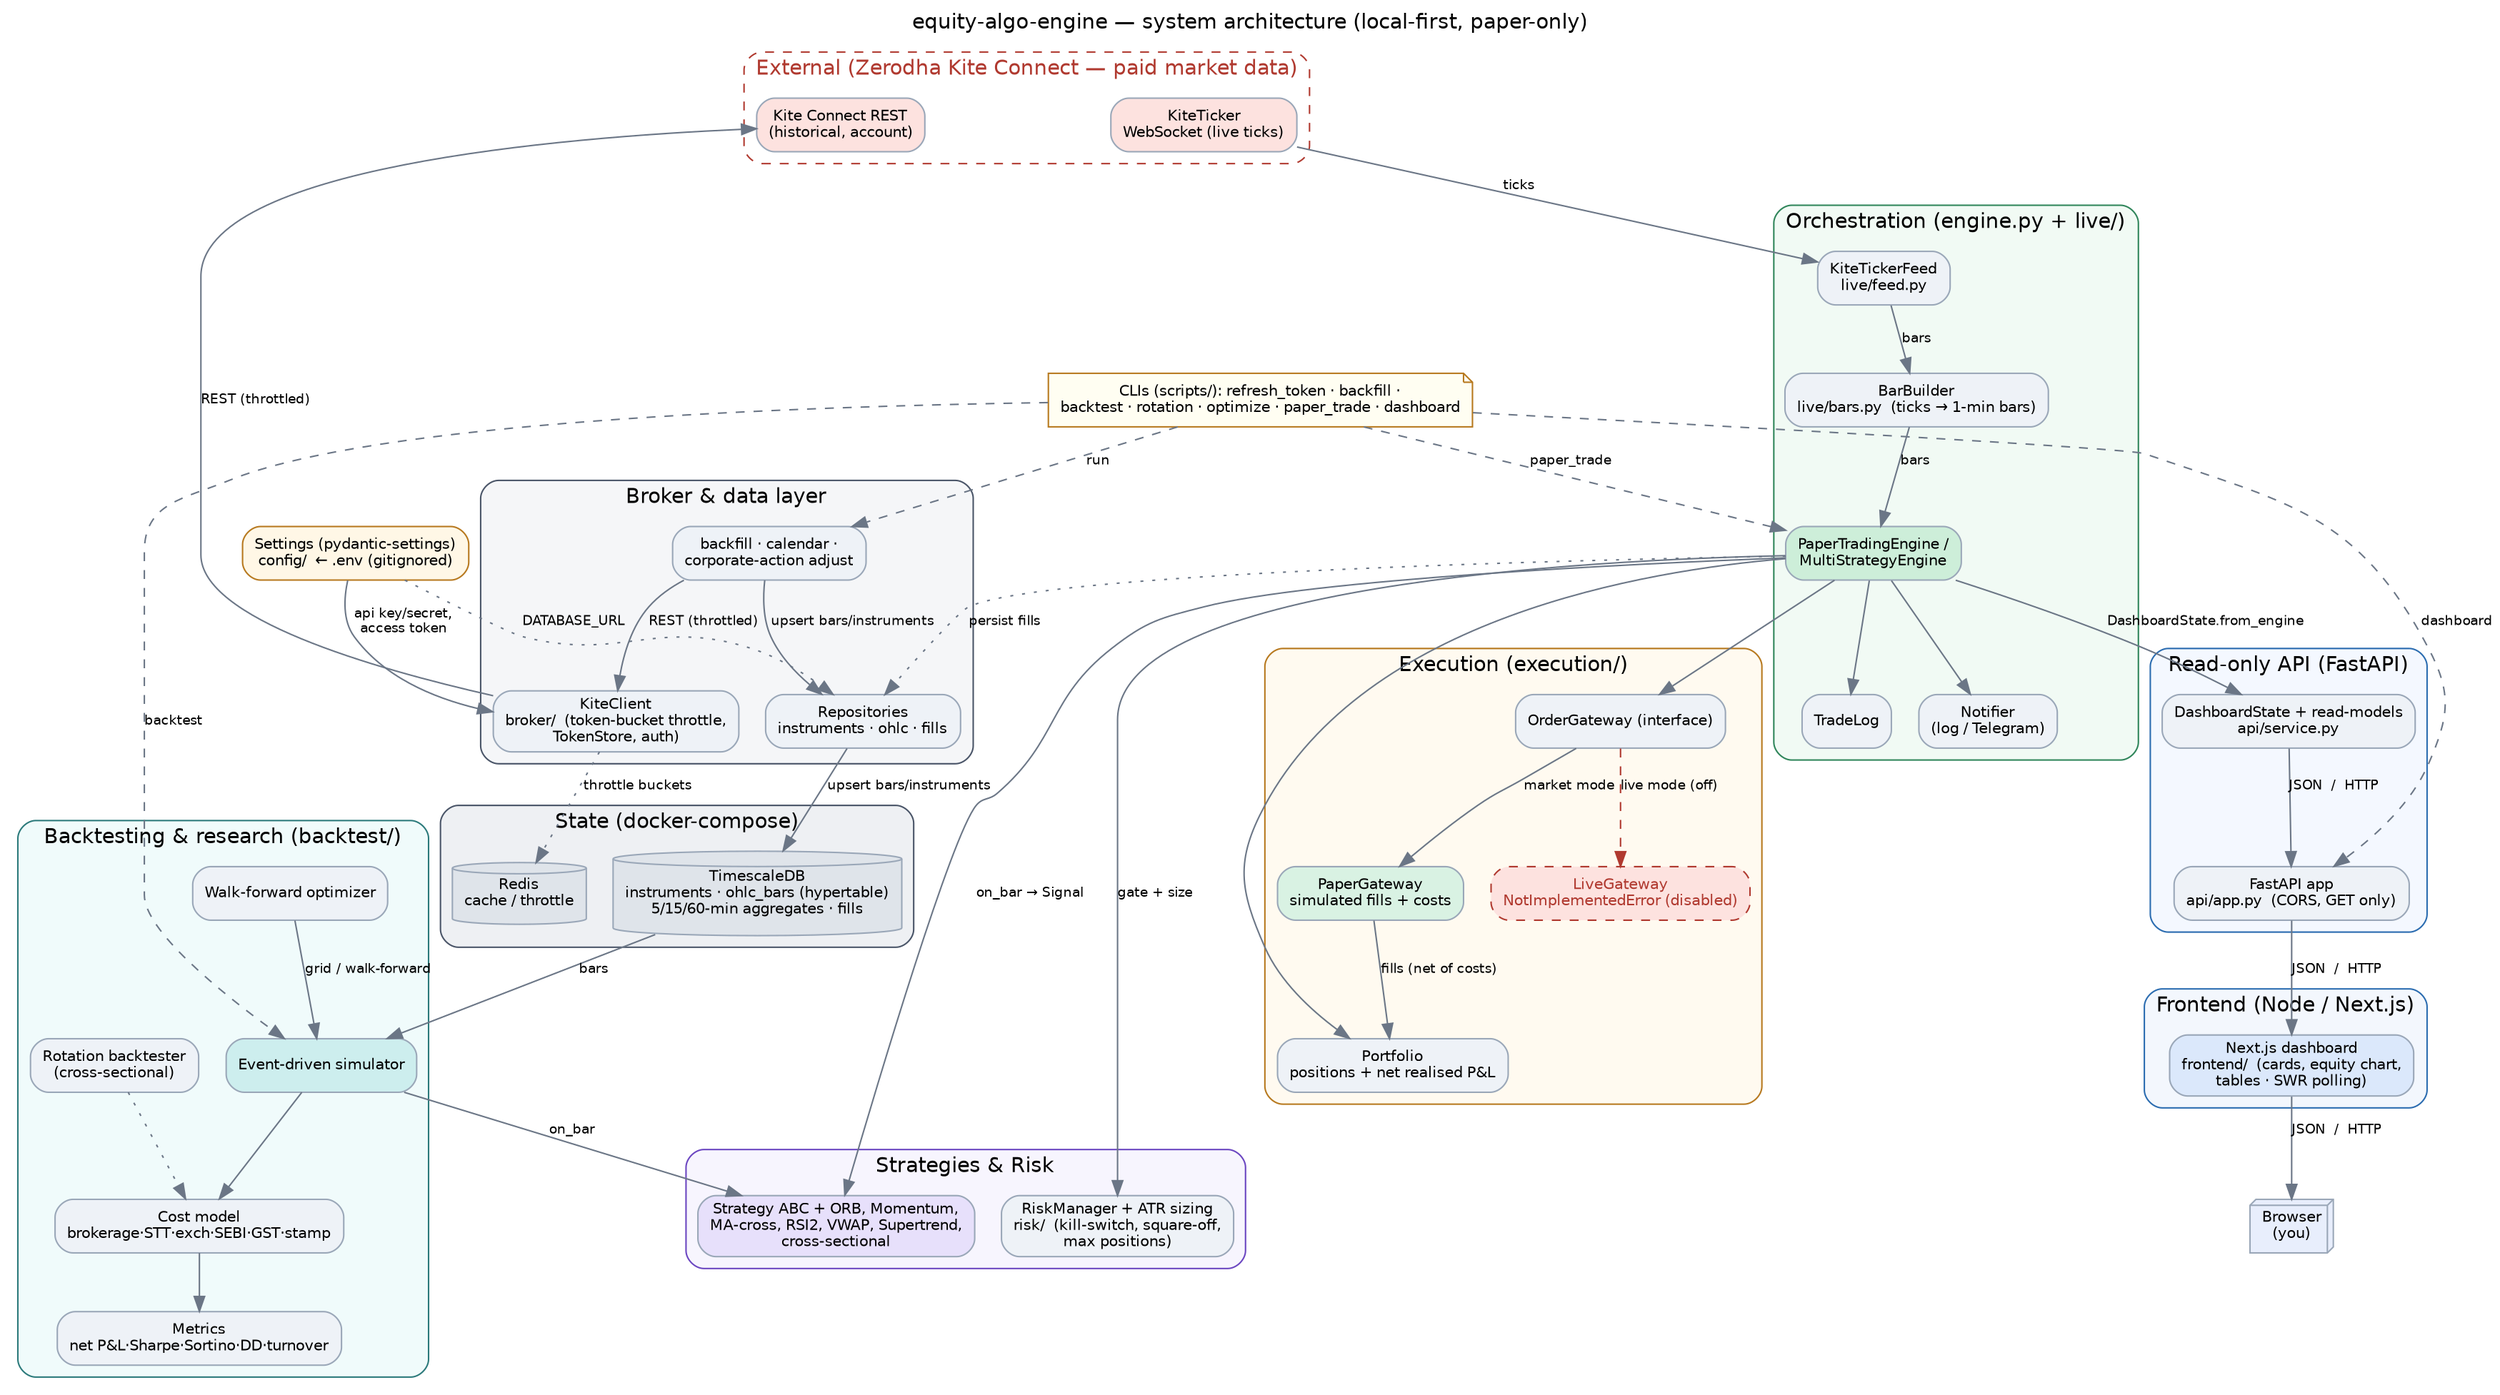
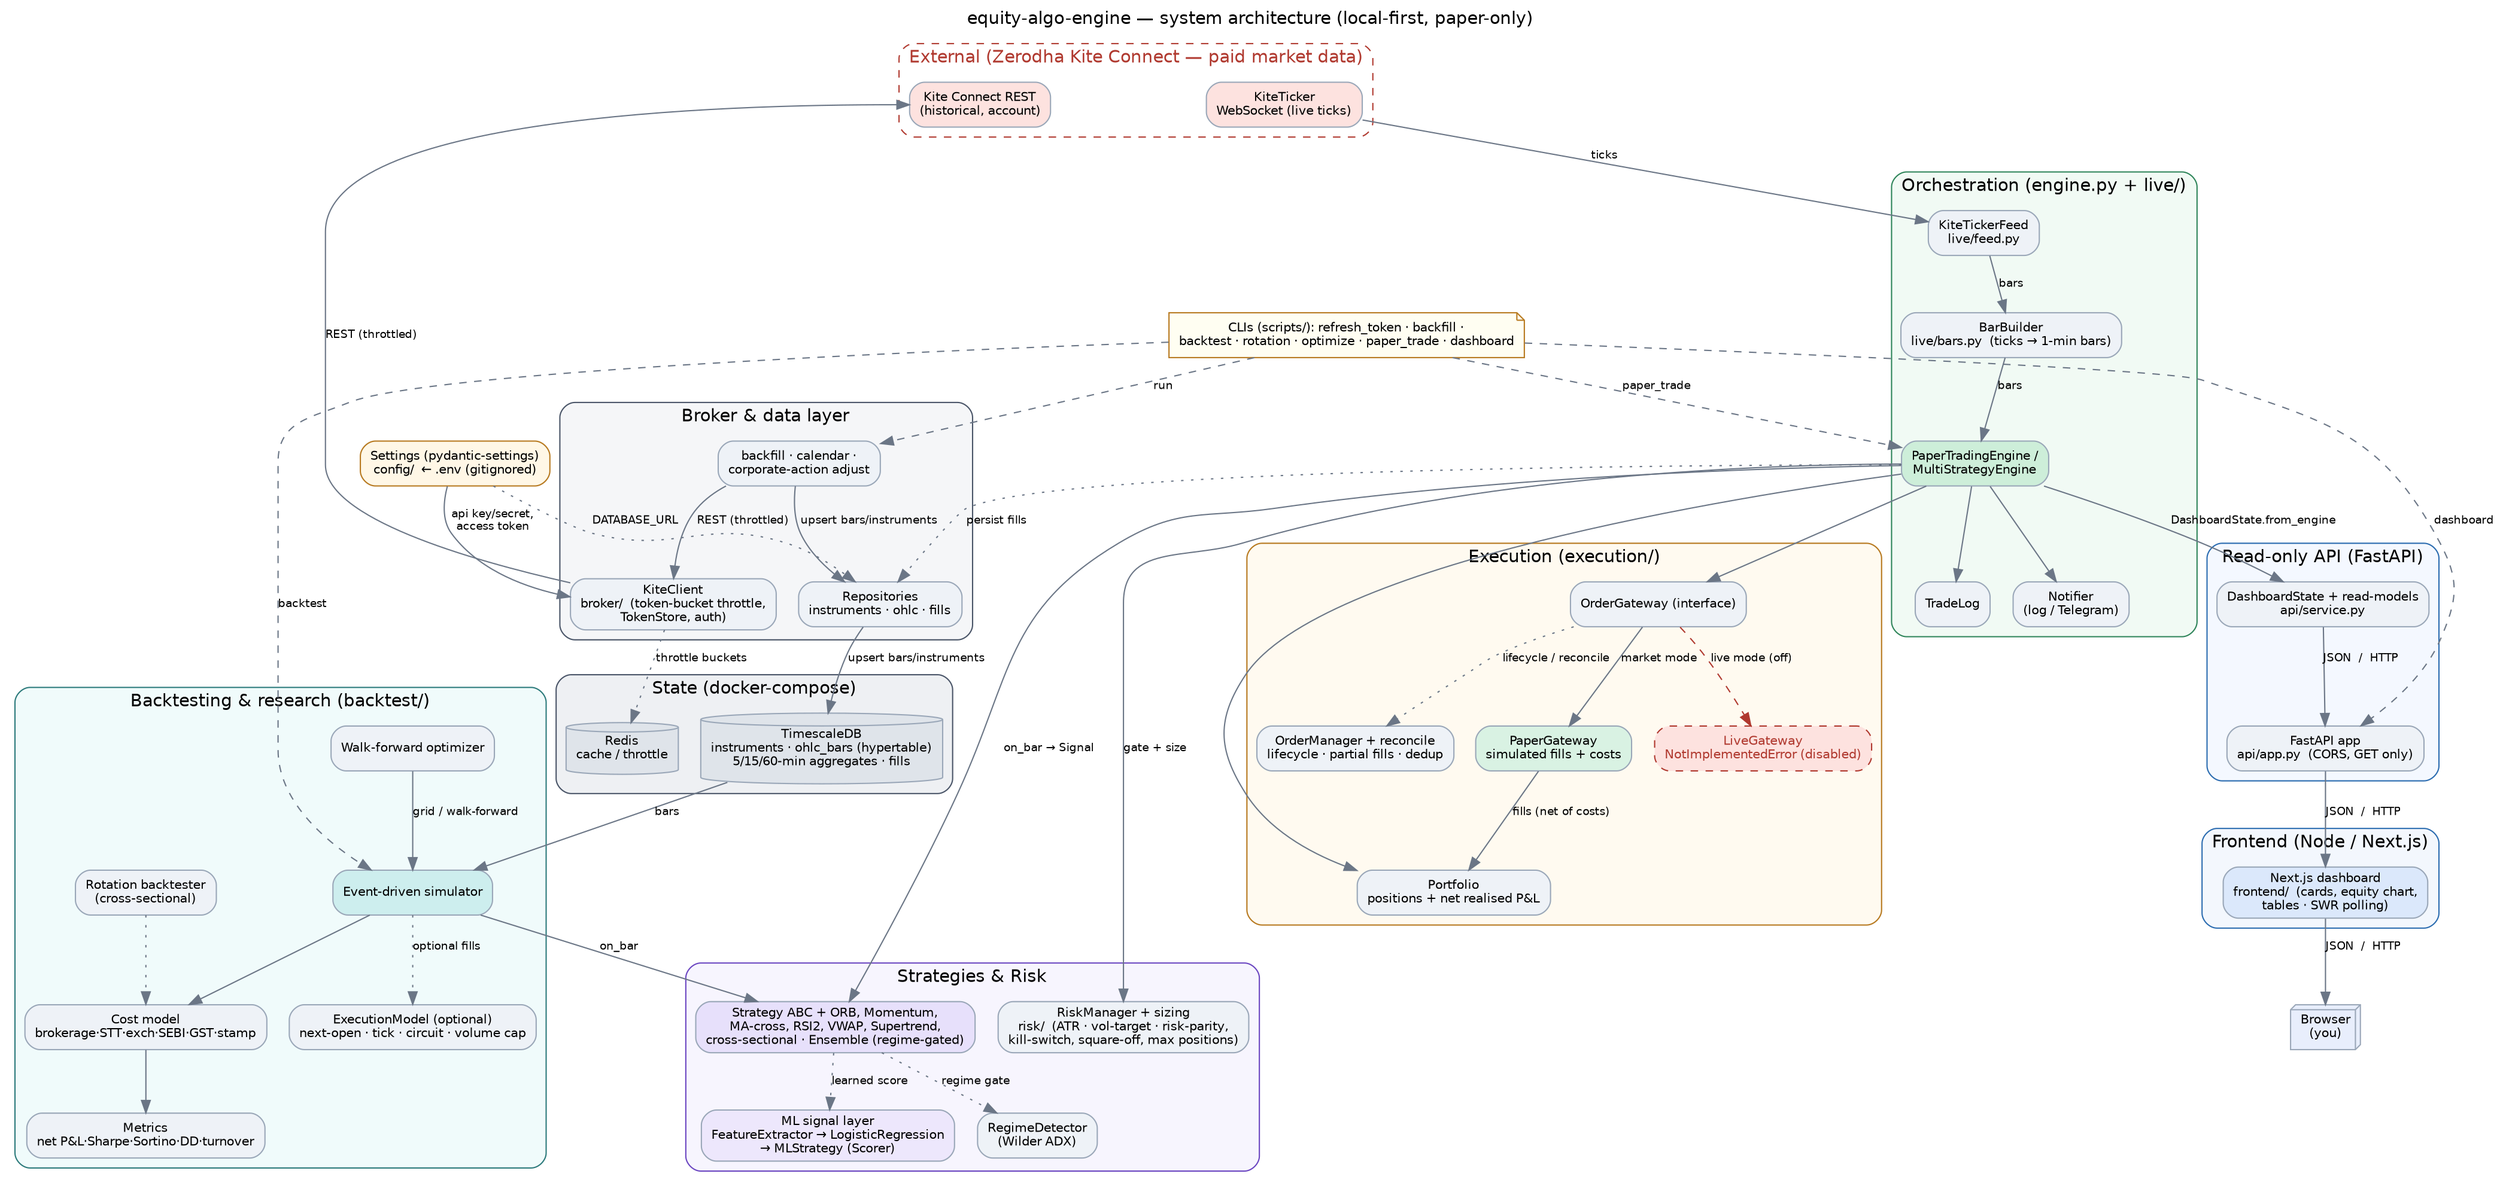
digraph equity_algo_engine {
  rankdir=TB;
  fontname="Helvetica";
  labelloc="t";
  label="equity-algo-engine — system architecture (local-first, paper-only)";
  node [fontname="Helvetica", fontsize=10, shape=box, style="rounded,filled", fillcolor="#eef2f7", color="#9aa7b8"];
  edge [fontname="Helvetica", fontsize=9, color="#6b7686"];

  /* ---------- External ---------- */
  subgraph cluster_ext {
    label="External (Zerodha Kite Connect — paid market data)";
    style="rounded,dashed"; color="#b0392f"; fontcolor="#b0392f";
    kite_rest [label="Kite Connect REST\n(historical, account)", fillcolor="#fde2df"];
    kite_ws   [label="KiteTicker\nWebSocket (live ticks)", fillcolor="#fde2df"];
  }
  browser [label="Browser\n(you)", shape=box3d, fillcolor="#e8eefc"];

  /* ---------- Frontend ---------- */
  subgraph cluster_fe {
    label="Frontend (Node / Next.js)";
    style="rounded,filled"; color="#2b6cb0"; fillcolor="#f3f7fd";
    nextjs [label="Next.js dashboard\nfrontend/  (cards, equity chart,\ntables · SWR polling)", fillcolor="#dbe8fb"];
  }

  /* ---------- API ---------- */
  subgraph cluster_api {
    label="Read-only API (FastAPI)";
    style="rounded,filled"; color="#2b6cb0"; fillcolor="#f4f8ff";
    fastapi [label="FastAPI app\napi/app.py  (CORS, GET only)"];
    service [label="DashboardState + read-models\napi/service.py"];
  }

  /* ---------- Live engine ---------- */
  subgraph cluster_engine {
    label="Orchestration (engine.py + live/)";
    style="rounded,filled"; color="#2f855a"; fillcolor="#f1faf4";
    feed       [label="KiteTickerFeed\nlive/feed.py"];
    barbuilder [label="BarBuilder\nlive/bars.py  (ticks → 1-min bars)"];
    engine     [label="PaperTradingEngine /\nMultiStrategyEngine", fillcolor="#cdeed9"];
    tradelog   [label="TradeLog"];
    notifier   [label="Notifier\n(log / Telegram)"];
  }

  /* ---------- Decisioning ---------- */
  subgraph cluster_core {
    label="Strategies & Risk";
    style="rounded,filled"; color="#6b46c1"; fillcolor="#f7f5fe";
-     strategies [label="Strategy ABC + ORB, Momentum,\nMA-cross, RSI2, VWAP, Supertrend,\ncross-sectional", fillcolor="#e7e0fb"];
-     risk       [label="RiskManager + ATR sizing\nrisk/  (kill-switch, square-off,\nmax positions)"];
+     strategies [label="Strategy ABC + ORB, Momentum,\nMA-cross, RSI2, VWAP, Supertrend,\ncross-sectional · Ensemble (regime-gated)", fillcolor="#e7e0fb"];
+     mllayer    [label="ML signal layer\nFeatureExtractor → LogisticRegression\n→ MLStrategy (Scorer)", fillcolor="#ede7fc"];
+     regime     [label="RegimeDetector\n(Wilder ADX)"];
+     risk       [label="RiskManager + sizing\nrisk/  (ATR · vol-target · risk-parity,\nkill-switch, square-off, max positions)"];
  }

  /* ---------- Execution ---------- */
  subgraph cluster_exec {
    label="Execution (execution/)";
    style="rounded,filled"; color="#b7791f"; fillcolor="#fffaf0";
    gateway   [label="OrderGateway (interface)"];
    paper     [label="PaperGateway\nsimulated fills + costs", fillcolor="#d9f2e3"];
    live      [label="LiveGateway\nNotImplementedError (disabled)", style="rounded,filled,dashed", fillcolor="#fde2df", color="#b0392f", fontcolor="#b0392f"];
+     ordermgr  [label="OrderManager + reconcile\nlifecycle · partial fills · dedup"];
    portfolio [label="Portfolio\npositions + net realised P&L"];
  }

  /* ---------- Research ---------- */
  subgraph cluster_research {
    label="Backtesting & research (backtest/)";
    style="rounded,filled"; color="#2c7a7b"; fillcolor="#f0fbfb";
    simulator [label="Event-driven simulator", fillcolor="#cdeeee"];
+     execmodel [label="ExecutionModel (optional)\nnext-open · tick · circuit · volume cap"];
    costs     [label="Cost model\nbrokerage·STT·exch·SEBI·GST·stamp"];
    metrics   [label="Metrics\nnet P&L·Sharpe·Sortino·DD·turnover"];
    rotation  [label="Rotation backtester\n(cross-sectional)"];
    optimize  [label="Walk-forward optimizer"];
  }

  /* ---------- Data access ---------- */
  subgraph cluster_data {
    label="Broker & data layer";
    style="rounded,filled"; color="#4a5568"; fillcolor="#f5f6f8";
    broker  [label="KiteClient\nbroker/  (token-bucket throttle,\nTokenStore, auth)"];
    repos   [label="Repositories\ninstruments · ohlc · fills"];
    dataops [label="backfill · calendar ·\ncorporate-action adjust"];
  }

  /* ---------- Stores ---------- */
  subgraph cluster_stores {
    label="State (docker-compose)";
    style="rounded,filled"; color="#4a5568"; fillcolor="#eef0f3";
    tsdb  [label="TimescaleDB\ninstruments · ohlc_bars (hypertable)\n5/15/60-min aggregates · fills", shape=cylinder, fillcolor="#dfe4ea"];
    redis [label="Redis\ncache / throttle", shape=cylinder, fillcolor="#dfe4ea"];
  }

  config [label="Settings (pydantic-settings)\nconfig/  ← .env (gitignored)", fillcolor="#fff7e6", color="#b7791f"];
  cli    [label="CLIs (scripts/): refresh_token · backfill ·\nbacktest · rotation · optimize · paper_trade · dashboard", shape=note, fillcolor="#fffef2", color="#b7791f"];

  /* ---------- Edges: config & secrets ---------- */
  config -> broker [label="api key/secret,\naccess token"];
  config -> repos  [style=dotted, label="DATABASE_URL"];

  /* ---------- Edges: data ingestion ---------- */
  cli -> dataops [style=dashed, label="run"];
  dataops -> broker -> kite_rest [label="REST (throttled)"];
  dataops -> repos -> tsdb [label="upsert bars/instruments"];
  broker -> redis [style=dotted, label="throttle buckets"];

  /* ---------- Edges: live paper loop ---------- */
  kite_ws -> feed [label="ticks"];
  feed -> barbuilder -> engine [label="bars"];
  engine -> strategies [label="on_bar → Signal"];
+   strategies -> regime [style=dotted, label="regime gate"];
+   strategies -> mllayer [style=dotted, label="learned score"];
  engine -> risk [label="gate + size"];
  engine -> gateway;
  gateway -> paper [label="market mode"];
  gateway -> live [style=dashed, color="#b0392f", label="live mode (off)"];
+   gateway -> ordermgr [style=dotted, label="lifecycle / reconcile"];
  paper -> portfolio [label="fills (net of costs)"];
  engine -> portfolio;
  engine -> tradelog;
  engine -> notifier;
  engine -> repos [label="persist fills", style=dotted];
  cli -> engine [style=dashed, label="paper_trade"];

  /* ---------- Edges: research ---------- */
  tsdb -> simulator [label="bars"];
  simulator -> strategies [label="on_bar"];
+   simulator -> execmodel [style=dotted, label="optional fills"];
  simulator -> costs -> metrics;
  optimize -> simulator [label="grid / walk-forward"];
  rotation -> costs [style=dotted];
  cli -> simulator [style=dashed, label="backtest"];

  /* ---------- Edges: dashboard ---------- */
  engine -> service [label="DashboardState.from_engine"];
  service -> fastapi -> nextjs -> browser [label="JSON  /  HTTP"];
  cli -> fastapi [style=dashed, label="dashboard"];
}
